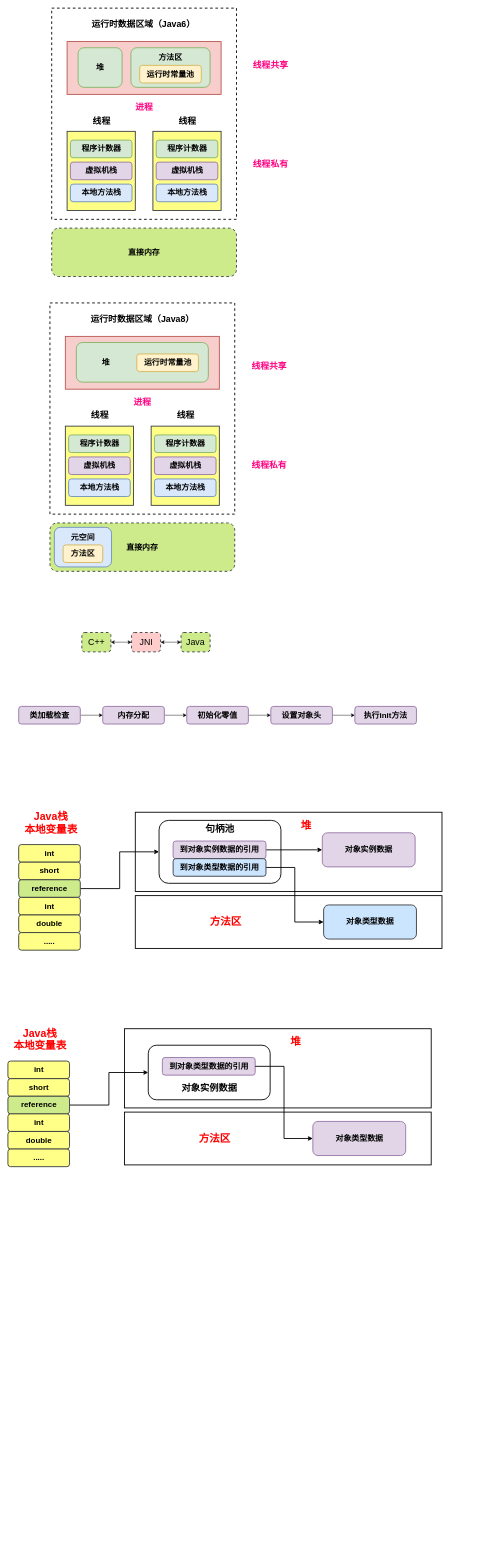
The draw.io diagram JVM/JVM.drawio in AmosLLc/NanoNotes, before the edit. Source tidied: cells renumbered, new cells numbered last; positions are measured from the earlier drawing's top-left corner, leaving out a move shared by most shapes. Both pictures are drawn from the tidied source at 44%, with x=0, y=0 at pixel (7, 8).
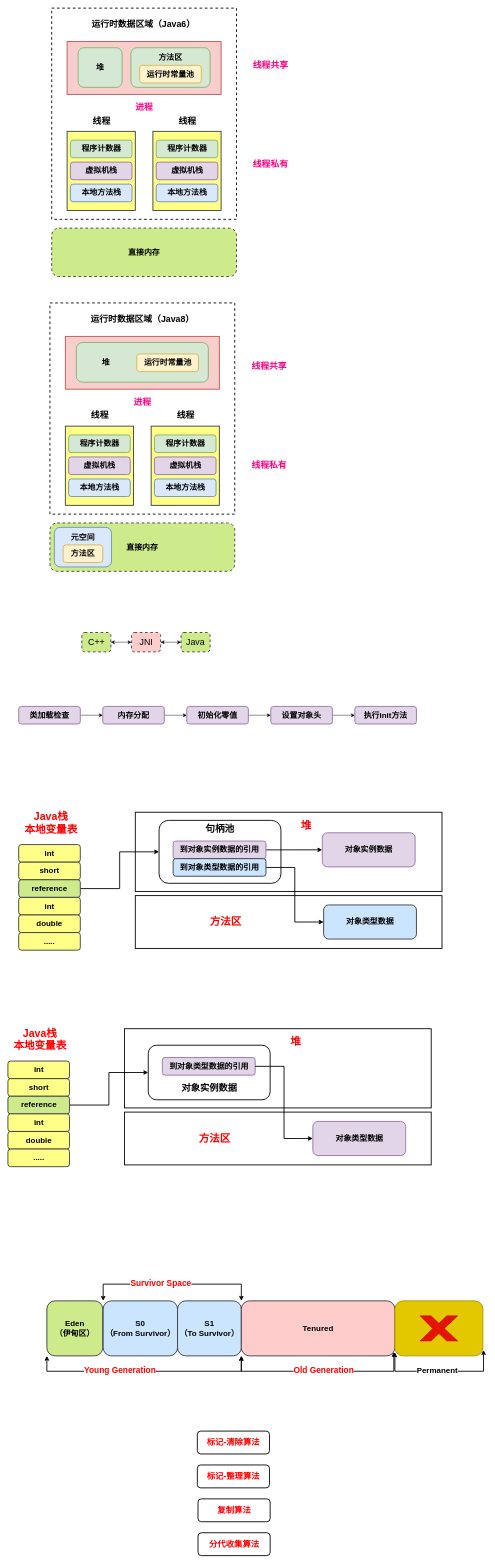
Above is the later version.

What changed in the source:
```diff
@@
+    <mxCell id="94" style="edgeStyle=orthogonalEdgeStyle;rounded=0;jettySize=auto;html=1;exitX=0;exitY=1;exitDx=0;exitDy=0;entryX=1;entryY=1;entryDx=0;entryDy=0;startArrow=classic;startFill=1;strokeWidth=2;" parent="1" edge="1" source="96" target="100">
+      <mxGeometry relative="1" as="geometry">
+        <Array as="points">
+          <mxPoint x="89" y="3098" />
+          <mxPoint x="531" y="3098" />
+        </Array>
+      </mxGeometry>
+    </mxCell>
+    <mxCell id="95" value="Young Generation" style="text;html=1;align=center;verticalAlign=middle;labelBackgroundColor=#ffffff;fontSize=19;fontStyle=1;fontColor=#FF0000;" parent="94" vertex="1">
+      <mxGeometry x="-0.22" y="3" relative="1" as="geometry" />
+    </mxCell>
+    <mxCell id="96" value="&lt;font style=&quot;font-size: 18px&quot;&gt;&lt;b&gt;Eden&lt;br&gt;（伊甸区）&lt;br&gt;&lt;/b&gt;&lt;/font&gt;" style="rounded=1;whiteSpace=wrap;html=1;strokeWidth=2;fillColor=#cdeb8b;strokeColor=#36393d;" parent="1" vertex="1">
+      <mxGeometry x="89" y="2938" width="127" height="125" as="geometry" />
+    </mxCell>
+    <mxCell id="97" style="edgeStyle=orthogonalEdgeStyle;rounded=0;jettySize=auto;html=1;exitX=0;exitY=0;exitDx=0;exitDy=0;entryX=0;entryY=0;entryDx=0;entryDy=0;startArrow=classic;startFill=1;strokeWidth=2;" parent="1" edge="1" source="99" target="101">
+      <mxGeometry relative="1" as="geometry">
+        <Array as="points">
+          <mxPoint x="217" y="2900" />
+          <mxPoint x="531" y="2900" />
+        </Array>
+      </mxGeometry>
+    </mxCell>
+    <mxCell id="98" value="Survivor Space" style="text;html=1;align=center;verticalAlign=middle;labelBackgroundColor=#ffffff;fontSize=19;fontStyle=1;fontColor=#FF0000;" parent="97" vertex="1">
+      <mxGeometry x="-0.14" y="3" relative="1" as="geometry" />
+    </mxCell>
+    <mxCell id="99" value="&lt;font style=&quot;font-size: 18px&quot;&gt;&lt;b&gt;S0&lt;br&gt;（From Survivor）&lt;br&gt;&lt;/b&gt;&lt;/font&gt;" style="rounded=1;whiteSpace=wrap;html=1;strokeWidth=2;fillColor=#cce5ff;strokeColor=#36393d;" parent="1" vertex="1">
+      <mxGeometry x="217" y="2938" width="169" height="125" as="geometry" />
+    </mxCell>
+    <mxCell id="100" value="&lt;font style=&quot;font-size: 18px&quot;&gt;&lt;b&gt;S1&lt;br&gt;（To Survivor）&lt;/b&gt;&lt;b&gt;&lt;br&gt;&lt;/b&gt;&lt;/font&gt;" style="rounded=1;whiteSpace=wrap;html=1;strokeWidth=2;fillColor=#cce5ff;strokeColor=#36393d;" parent="1" vertex="1">
+      <mxGeometry x="386" y="2938" width="145" height="125" as="geometry" />
+    </mxCell>
+    <mxCell id="101" value="&lt;font style=&quot;font-size: 18px&quot;&gt;&lt;b&gt;Tenured&lt;br&gt;&lt;/b&gt;&lt;/font&gt;" style="rounded=1;whiteSpace=wrap;html=1;strokeWidth=2;fillColor=#ffcccc;strokeColor=#36393d;" parent="1" vertex="1">
+      <mxGeometry x="531" y="2938" width="349" height="125" as="geometry" />
+    </mxCell>
+    <mxCell id="102" style="edgeStyle=orthogonalEdgeStyle;rounded=0;orthogonalLoop=1;jettySize=auto;html=1;exitX=0;exitY=1;exitDx=0;exitDy=0;entryX=0.993;entryY=0.929;entryDx=0;entryDy=0;entryPerimeter=0;startArrow=classic;startFill=1;strokeWidth=2;" parent="1" edge="1" source="101" target="101">
+      <mxGeometry relative="1" as="geometry">
+        <Array as="points">
+          <mxPoint x="531" y="3098" />
+          <mxPoint x="878" y="3098" />
+        </Array>
+      </mxGeometry>
+    </mxCell>
+    <mxCell id="103" value="Old Generation" style="text;html=1;align=center;verticalAlign=middle;labelBackgroundColor=#ffffff;fontSize=19;fontStyle=1;fontColor=#FF0000;" parent="102" vertex="1">
+      <mxGeometry x="0.04" y="3" relative="1" as="geometry" />
+    </mxCell>
+    <mxCell id="104" style="edgeStyle=orthogonalEdgeStyle;rounded=0;jettySize=auto;html=1;startArrow=classic;startFill=1;strokeWidth=2;fontSize=19;fontColor=#FF0000;entryX=1.007;entryY=0.893;entryDx=0;entryDy=0;entryPerimeter=0;" parent="1" edge="1" target="106">
+      <mxGeometry relative="1" as="geometry">
+        <mxPoint x="880" y="3055" as="sourcePoint" />
+        <Array as="points">
+          <mxPoint x="880" y="3098" />
+          <mxPoint x="1081" y="3098" />
+        </Array>
+      </mxGeometry>
+    </mxCell>
+    <mxCell id="105" value="&lt;b style=&quot;color: rgb(0 , 0 , 0) ; white-space: normal ; font-size: 18px&quot;&gt;Permanent&lt;/b&gt;" style="text;html=1;align=center;verticalAlign=middle;labelBackgroundColor=#ffffff;fontSize=19;fontColor=#FF0000;" parent="104" vertex="1">
+      <mxGeometry x="-0.16" y="-1" relative="1" as="geometry">
+        <mxPoint x="15" y="-3" as="offset" />
+      </mxGeometry>
+    </mxCell>
+    <mxCell id="106" value="&lt;font style=&quot;font-size: 18px&quot;&gt;&lt;b&gt;&lt;br&gt;&lt;/b&gt;&lt;/font&gt;" style="rounded=1;whiteSpace=wrap;html=1;strokeWidth=2;fillColor=#e3c800;strokeColor=#B09500;fontColor=#ffffff;" parent="1" vertex="1">
+      <mxGeometry x="880" y="2938" width="200" height="125" as="geometry" />
+    </mxCell>
+    <mxCell id="107" style="verticalLabelPosition=bottom;verticalAlign=top;html=1;shape=mxgraph.basic.x;fontSize=19;fillColor=#e51400;strokeColor=#B20000;fontColor=#ffffff;" parent="1" vertex="1">
+      <mxGeometry x="937" y="2971.8" width="86" height="57.5" as="geometry" />
+    </mxCell>
+    <mxCell id="108" value="&lt;span style=&quot;white-space: normal&quot;&gt;标记-清除算法&lt;/span&gt;" style="rounded=1;whiteSpace=wrap;html=1;strokeWidth=2;fontSize=19;fontColor=#FF0000;fontStyle=1;" parent="1" vertex="1">
+      <mxGeometry x="431" y="3234" width="164" height="52" as="geometry" />
+    </mxCell>
+    <mxCell id="109" value="&lt;span style=&quot;white-space: normal&quot;&gt;标记-整理算法&lt;/span&gt;" style="rounded=1;whiteSpace=wrap;html=1;strokeWidth=2;fontSize=19;fontColor=#FF0000;fontStyle=1;" parent="1" vertex="1">
+      <mxGeometry x="431" y="3311" width="164" height="52" as="geometry" />
+    </mxCell>
+    <mxCell id="110" value="&lt;span style=&quot;white-space: normal&quot;&gt;复制算法&lt;/span&gt;" style="rounded=1;whiteSpace=wrap;html=1;strokeWidth=2;fontSize=19;fontColor=#FF0000;fontStyle=1;" parent="1" vertex="1">
+      <mxGeometry x="432.5" y="3388" width="164" height="52" as="geometry" />
+    </mxCell>
+    <mxCell id="111" value="&lt;span style=&quot;white-space: normal&quot;&gt;分代收集算法&lt;/span&gt;" style="rounded=1;whiteSpace=wrap;html=1;strokeWidth=2;fontSize=19;fontColor=#FF0000;fontStyle=1;" parent="1" vertex="1">
+      <mxGeometry x="432.5" y="3465" width="164" height="52" as="geometry" />
+    </mxCell>
```
